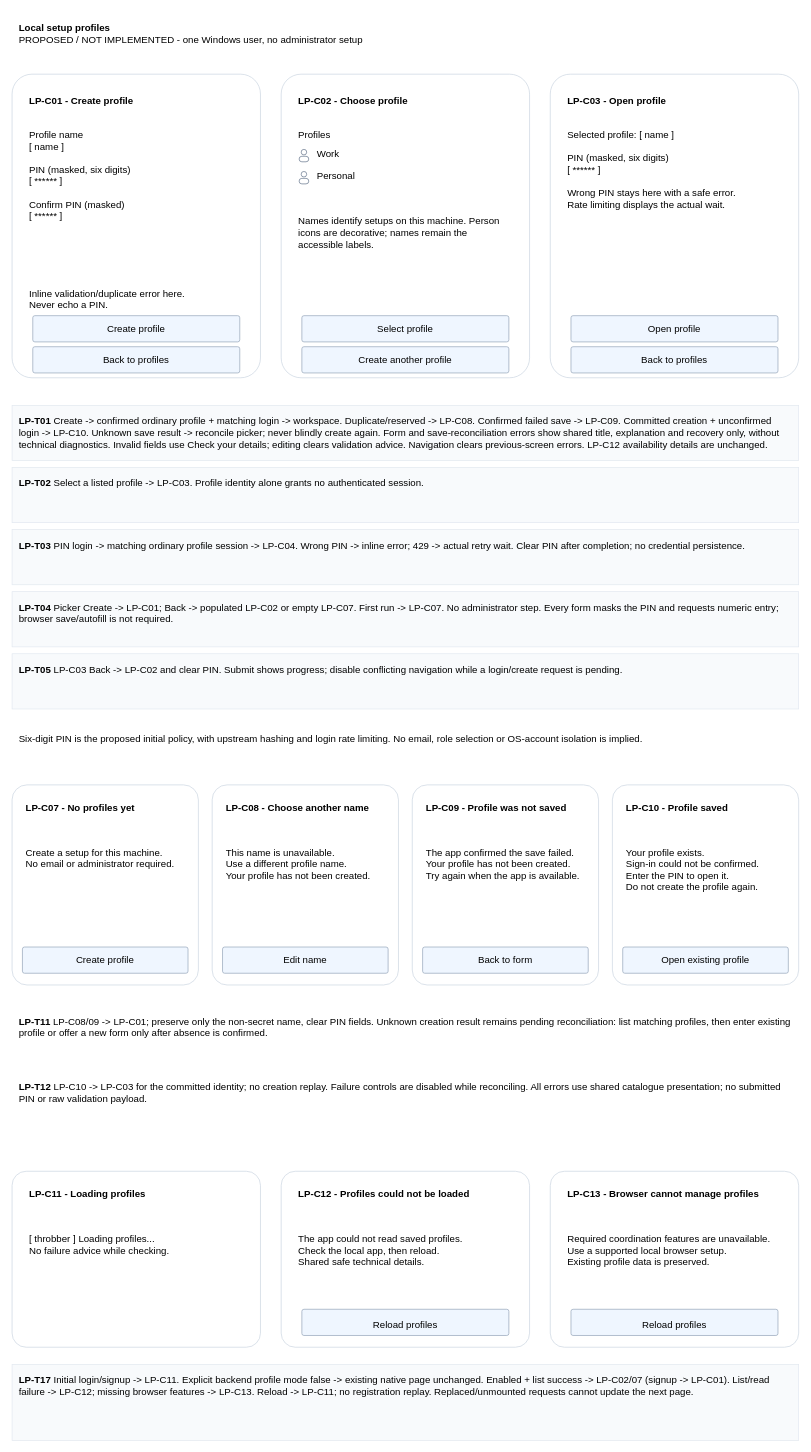
The draw.io diagram page "Create and enter a local profile" (1 of 2) of projects/laomedo/subsystems/agent-execution/design/local-profiles.drawio in amadou-6e/specs, before the edit. Source tidied: cells renumbered, new cells numbered last; positions are measured from the earlier drawing's top-left corner, leaving out a move shared by most shapes. Both pictures are drawn from the tidied source at 69%, with x=0, y=0 at pixel (12, 12).
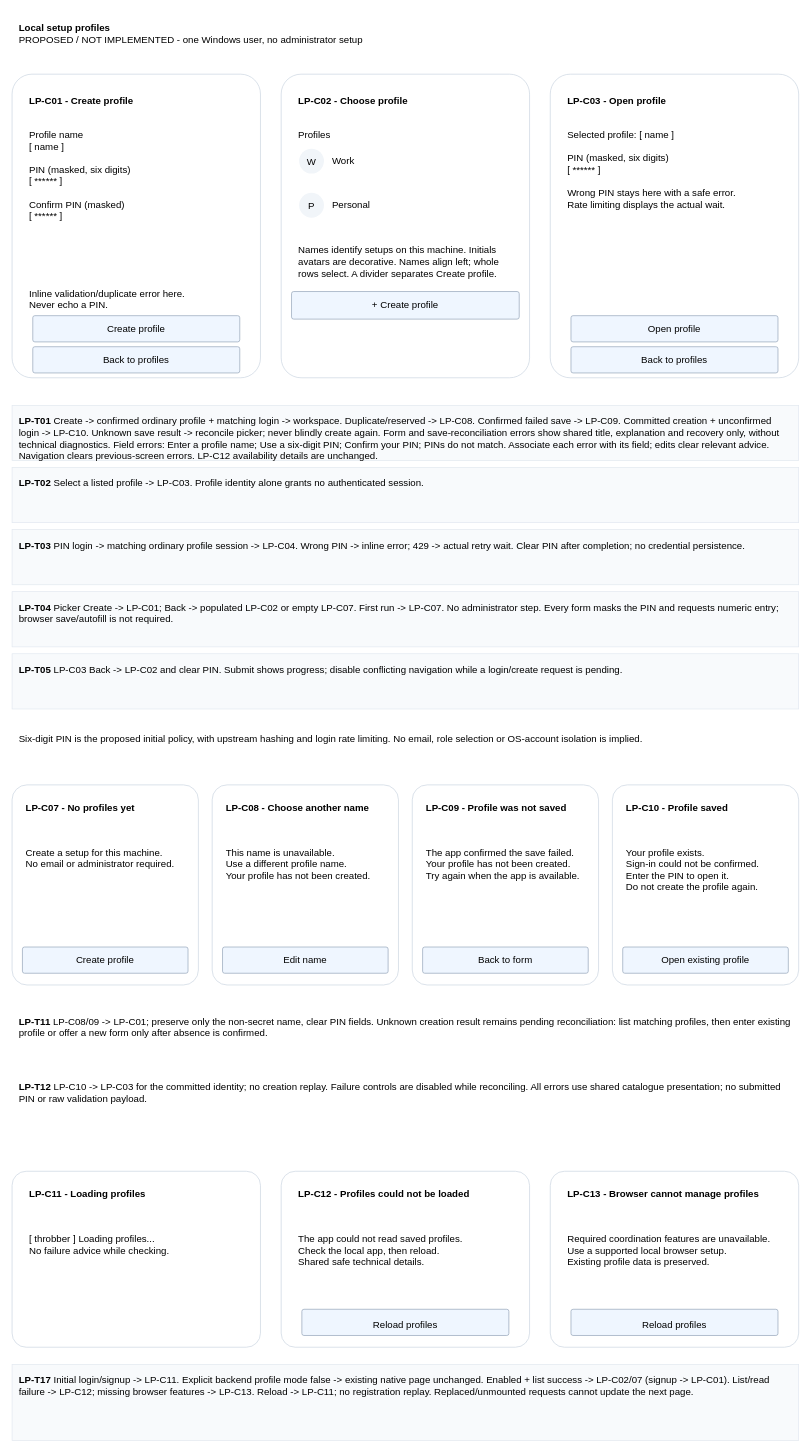
Above is the later version.

Commit message (it also covers changes not shown here):
Specify contained account picker and inline field errors

Diff of the diagram source:
```diff
@@
-    <mxCell id="14" style="ellipse;fillColor=none;strokeColor=#64748B;" parent="1" vertex="1">
-      <mxGeometry x="419" y="199" width="8" height="8" as="geometry" />
+    <mxCell id="14" value="W" style="ellipse;fillColor=#F1F5F9;strokeColor=none;fontFamily=Arial;fontSize=14;align=center;verticalAlign=middle;" parent="1" vertex="1">
+      <mxGeometry x="416" y="198" width="36" height="36" as="geometry" />
     </mxCell>
-    <mxCell id="15" style="rounded=1;arcSize=50;fillColor=none;strokeColor=#64748B;" parent="1" vertex="1">
-      <mxGeometry x="416" y="209" width="14" height="8" as="geometry" />
-    </mxCell>
-    <mxCell id="16" style="ellipse;fillColor=none;strokeColor=#64748B;" parent="1" vertex="1">
-      <mxGeometry x="419" y="231" width="8" height="8" as="geometry" />
+    <mxCell id="16" value="P" style="ellipse;fillColor=#F1F5F9;strokeColor=none;fontFamily=Arial;fontSize=14;align=center;verticalAlign=middle;" parent="1" vertex="1">
+      <mxGeometry x="416" y="262" width="36" height="36" as="geometry" />
     </mxCell>
-    <mxCell id="17" style="rounded=1;arcSize=50;fillColor=none;strokeColor=#64748B;" parent="1" vertex="1">
-      <mxGeometry x="416" y="241" width="14" height="8" as="geometry" />
-    </mxCell>
     <mxCell id="18" value="Work" style="text;html=1;fontFamily=Arial;fontSize=14;align=left;verticalAlign=middle;spacing=0;fillColor=none;strokeColor=none;" parent="1" vertex="1">
-      <mxGeometry x="442" y="190" width="250" height="32" as="geometry" />
+      <mxGeometry x="464" y="200" width="240" height="32" as="geometry" />
     </mxCell>
     <mxCell id="19" value="Personal" style="text;html=1;fontFamily=Arial;fontSize=14;align=left;verticalAlign=middle;spacing=0;fillColor=none;strokeColor=none;" parent="1" vertex="1">
-      <mxGeometry x="442" y="222" width="250" height="32" as="geometry" />
+      <mxGeometry x="464" y="264" width="240" height="32" as="geometry" />
     </mxCell>
-    <mxCell id="20" value="Names identify setups on this machine. Person icons are decorative; names remain the accessible labels." style="text;html=1;fontFamily=Arial;fontSize=14;align=left;verticalAlign=top;whiteSpace=wrap;spacing=10;fillColor=none;strokeColor=none;" parent="1" vertex="1">
-      <mxGeometry x="405" y="280" width="330" height="100" as="geometry" />
+    <mxCell id="20" value="Names identify setups on this machine. Initials avatars are decorative. Names align left; whole rows select. A divider separates Create profile." style="text;html=1;fontFamily=Arial;fontSize=14;align=left;verticalAlign=top;whiteSpace=wrap;spacing=10;fillColor=none;strokeColor=none;" parent="1" vertex="1">
+      <mxGeometry x="405" y="322" width="330" height="65" as="geometry" />
     </mxCell>
-    <mxCell id="21" value="Select profile" style="whiteSpace=wrap;html=1;fontFamily=Arial;fontSize=14;align=left;verticalAlign=top;spacing=10;rounded=1;arcSize=8;align=center;verticalAlign=middle;fillColor=#EFF6FF;strokeColor=#94A3B8;" parent="1" vertex="1">
-      <mxGeometry x="420" y="440" width="300" height="38" as="geometry" />
-    </mxCell>
-    <mxCell id="22" value="Create another profile" style="whiteSpace=wrap;html=1;fontFamily=Arial;fontSize=14;align=left;verticalAlign=top;spacing=10;rounded=1;arcSize=8;align=center;verticalAlign=middle;fillColor=#EFF6FF;strokeColor=#94A3B8;" parent="1" vertex="1">
-      <mxGeometry x="420" y="485" width="300" height="38" as="geometry" />
+    <mxCell id="22" value="+ Create profile" style="whiteSpace=wrap;html=1;fontFamily=Arial;fontSize=14;align=left;verticalAlign=top;spacing=10;rounded=1;arcSize=8;align=center;verticalAlign=middle;fillColor=#EFF6FF;strokeColor=#94A3B8;" parent="1" vertex="1">
+      <mxGeometry x="405" y="405" width="330" height="40" as="geometry" />
     </mxCell>
@@
-    <mxCell id="26" value="&lt;b&gt;LP-T01&lt;/b&gt; Create -&gt; confirmed ordinary profile + matching login -&gt; workspace. Duplicate/reserved -&gt; LP-C08. Confirmed failed save -&gt; LP-C09. Committed creation + unconfirmed login -&gt; LP-C10. Unknown save result -&gt; reconcile picker; never blindly create again. Form and save-reconciliation errors show shared title, explanation and recovery only, without technical diagnostics. Invalid fields use Check your details; editing clears validation advice. Navigation clears previous-screen errors. LP-C12 availability details are unchanged." style="whiteSpace=wrap;html=1;fontFamily=Arial;fontSize=14;align=left;verticalAlign=top;spacing=10;fillColor=#F8FAFC;strokeColor=#E2E8F0;" parent="1" vertex="1">
+    <mxCell id="26" value="&lt;b&gt;LP-T01&lt;/b&gt; Create -&gt; confirmed ordinary profile + matching login -&gt; workspace. Duplicate/reserved -&gt; LP-C08. Confirmed failed save -&gt; LP-C09. Committed creation + unconfirmed login -&gt; LP-C10. Unknown save result -&gt; reconcile picker; never blindly create again. Form and save-reconciliation errors show shared title, explanation and recovery only, without technical diagnostics. Field errors: Enter a profile name; Use a six-digit PIN; Confirm your PIN; PINs do not match. Associate each error with its field; edits clear relevant advice. Navigation clears previous-screen errors. LP-C12 availability details are unchanged." style="whiteSpace=wrap;html=1;fontFamily=Arial;fontSize=14;align=left;verticalAlign=top;spacing=10;fillColor=#F8FAFC;strokeColor=#E2E8F0;" parent="1" vertex="1">
       <mxGeometry y="570" width="1140" height="80" as="geometry" />
     </mxCell>
```
